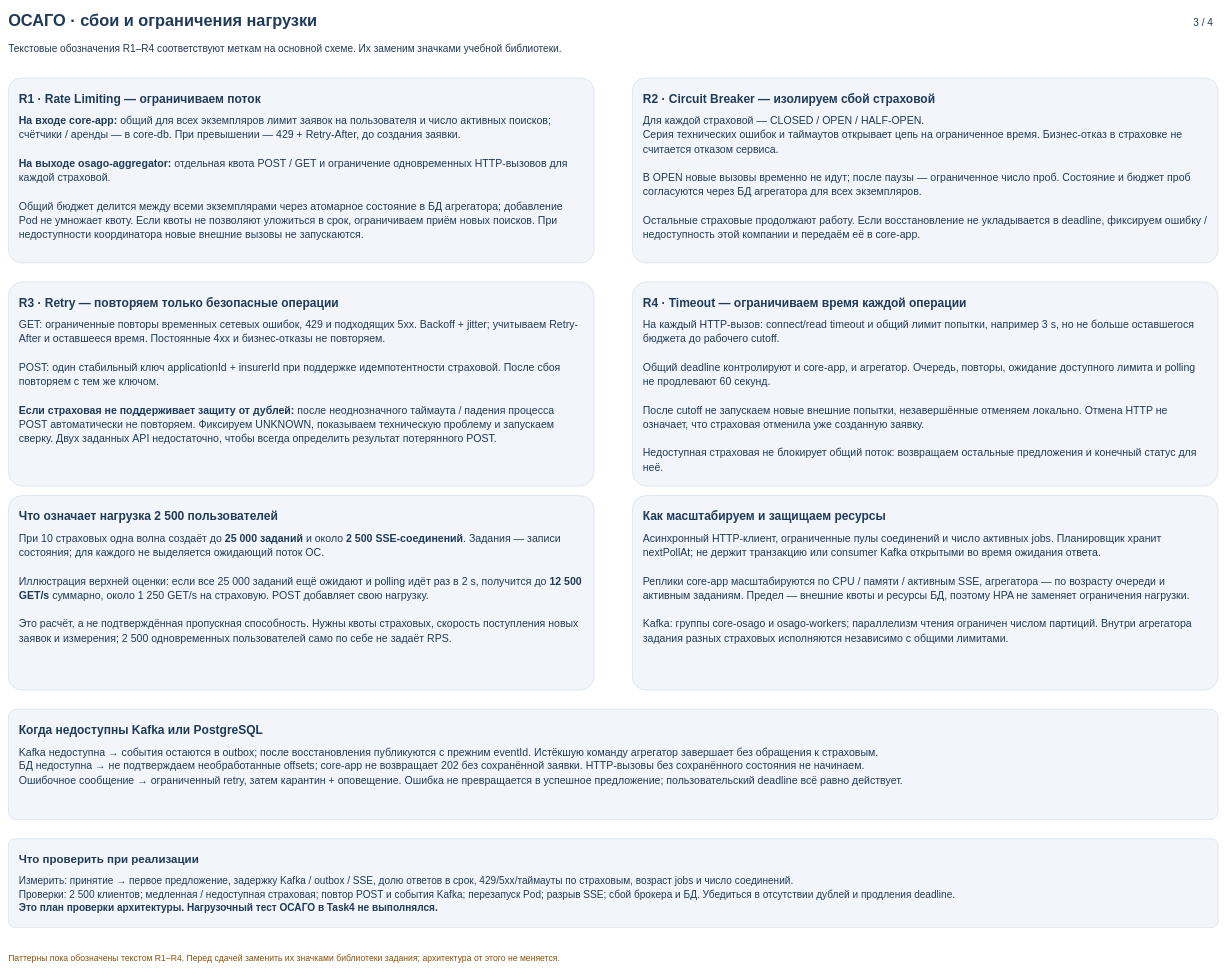
Before: page "3. Сбои и ограничения нагрузки" (3 of 4) of Task4/InsureTech_C4_OSAGO_to-be.drawio in metroshka/architecture-insuretech, a draw.io diagram. Source tidied: cells renumbered, new cells numbered last; positions are measured from the earlier drawing's top-left corner, leaving out a move shared by most shapes. Both pictures are drawn from the tidied source at 48%, with x=0, y=0 at pixel (8, 8).
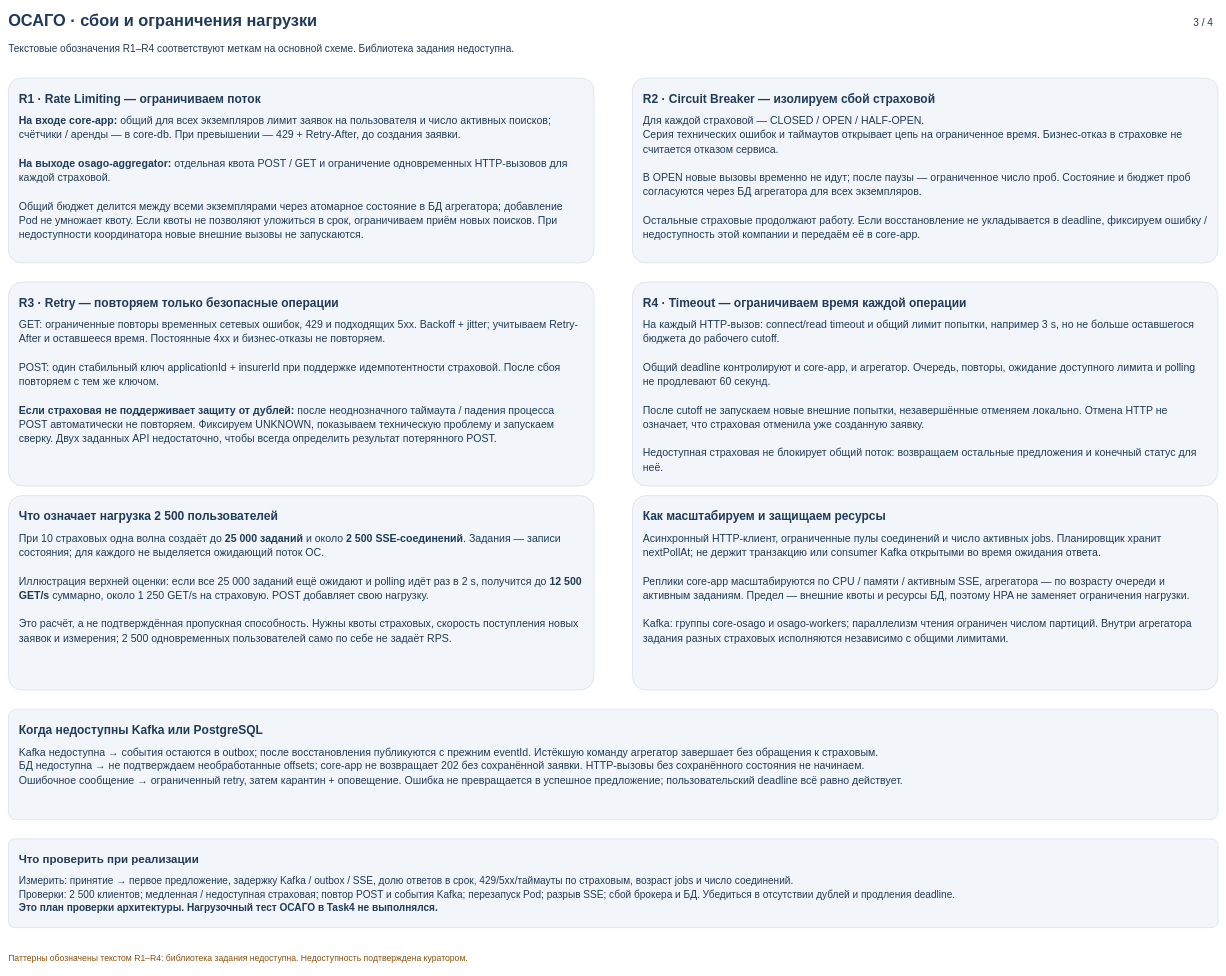
The same page after the edit.

Commit message (it also covers changes not shown here):
Task4: обновлено примечание о недоступности библиотеки

Change to the diagram source:
```diff
@@
 <mxGraphModel background="#FFFFFF">
   <root>
     <mxCell id="0" />
     <mxCell id="1" parent="0" />
     <mxCell id="2" value="ОСАГО · сбои и ограничения нагрузки" style="text;html=1;whiteSpace=wrap;overflow=hidden;align=left;verticalAlign=middle;fontFamily=Arial;fontSize=34;fontColor=#203A59;fontStyle=1;spacing=0;" parent="1" vertex="1">
       <mxGeometry width="2360" height="52" as="geometry" />
     </mxCell>
-    <mxCell id="3" value="Текстовые обозначения R1–R4 соответствуют меткам на основной схеме. Их заменим значками учебной библиотеки." style="text;html=1;whiteSpace=wrap;overflow=hidden;align=left;verticalAlign=middle;fontFamily=Arial;fontSize=21;fontColor=#203A59;fontStyle=0;spacing=0;" parent="1" vertex="1">
+    <mxCell id="3" value="Текстовые обозначения R1–R4 соответствуют меткам на основной схеме. Библиотека задания недоступна." style="text;html=1;whiteSpace=wrap;overflow=hidden;align=left;verticalAlign=middle;fontFamily=Arial;fontSize=21;fontColor=#203A59;fontStyle=0;spacing=0;" parent="1" vertex="1">
       <mxGeometry y="63" width="2500" height="40" as="geometry" />
     </mxCell>
     <mxCell id="4" value="3 / 4" style="text;html=1;whiteSpace=wrap;overflow=hidden;align=right;verticalAlign=middle;fontFamily=Arial;fontSize=21;fontColor=#203A59;fontStyle=0;spacing=0;" parent="1" vertex="1">
       <mxGeometry x="2390" y="11" width="120" height="35" as="geometry" />
     </mxCell>
     <mxCell id="5" value="&lt;div style=&quot;font-family:Arial;line-height:1.35&quot;&gt;&lt;div style=&quot;font-size:25px;font-weight:bold;margin-bottom:14px&quot;&gt;R1 · Rate Limiting — ограничиваем поток&lt;/div&gt;&lt;div style=&quot;font-size:22px&quot;&gt;&lt;b&gt;На входе core-app:&lt;/b&gt; общий для всех экземпляров лимит заявок на пользователя и число активных поисков; счётчики / аренды — в core-db. При превышении — 429 + Retry-After, до создания заявки.&lt;br&gt;&lt;br&gt;&lt;b&gt;На выходе osago-aggregator:&lt;/b&gt; отдельная квота POST / GET и ограничение одновременных HTTP-вызовов для каждой страховой.&lt;br&gt;&lt;br&gt;Общий бюджет делится между всеми экземплярами через атомарное состояние в БД агрегатора; добавление Pod не умножает квоту. Если квоты не позволяют уложиться в срок, ограничиваем приём новых поисков. При недоступности координатора новые внешние вызовы не запускаются.&lt;/div&gt;&lt;/div&gt;" style="rounded=1;arcSize=7;whiteSpace=wrap;html=1;overflow=hidden;fillColor=#F2F6FA;strokeColor=#C2D1E2;fontColor=#203A59;align=left;verticalAlign=top;spacing=22;" parent="1" vertex="1">
       <mxGeometry y="145" width="1220" height="385" as="geometry" />
     </mxCell>
     <mxCell id="6" value="&lt;div style=&quot;font-family:Arial;line-height:1.35&quot;&gt;&lt;div style=&quot;font-size:25px;font-weight:bold;margin-bottom:14px&quot;&gt;R2 · Circuit Breaker — изолируем сбой страховой&lt;/div&gt;&lt;div style=&quot;font-size:22px&quot;&gt;Для каждой страховой — CLOSED / OPEN / HALF-OPEN.&lt;br&gt;Серия технических ошибок и таймаутов открывает цепь на ограниченное время. Бизнес-отказ в страховке не считается отказом сервиса.&lt;br&gt;&lt;br&gt;В OPEN новые вызовы временно не идут; после паузы — ограниченное число проб. Состояние и бюджет проб согласуются через БД агрегатора для всех экземпляров.&lt;br&gt;&lt;br&gt;Остальные страховые продолжают работу. Если восстановление не укладывается в deadline, фиксируем ошибку / недоступность этой компании и передаём её в core-app.&lt;/div&gt;&lt;/div&gt;" style="rounded=1;arcSize=7;whiteSpace=wrap;html=1;overflow=hidden;fillColor=#F2F6FA;strokeColor=#C2D1E2;fontColor=#203A59;align=left;verticalAlign=top;spacing=22;" parent="1" vertex="1">
       <mxGeometry x="1300" y="145" width="1220" height="385" as="geometry" />
     </mxCell>
     <mxCell id="7" value="&lt;div style=&quot;font-family:Arial;line-height:1.35&quot;&gt;&lt;div style=&quot;font-size:25px;font-weight:bold;margin-bottom:14px&quot;&gt;R3 · Retry — повторяем только безопасные операции&lt;/div&gt;&lt;div style=&quot;font-size:22px&quot;&gt;GET: ограниченные повторы временных сетевых ошибок, 429 и подходящих 5xx. Backoff + jitter; учитываем Retry-After и оставшееся время. Постоянные 4xx и бизнес-отказы не повторяем.&lt;br&gt;&lt;br&gt;POST: один стабильный ключ applicationId + insurerId при поддержке идемпотентности страховой. После сбоя повторяем с тем же ключом.&lt;br&gt;&lt;br&gt;&lt;b&gt;Если страховая не поддерживает защиту от дублей:&lt;/b&gt; после неоднозначного таймаута / падения процесса POST автоматически не повторяем. Фиксируем UNKNOWN, показываем техническую проблему и запускаем сверку. Двух заданных API недостаточно, чтобы всегда определить результат потерянного POST.&lt;/div&gt;&lt;/div&gt;" style="rounded=1;arcSize=7;whiteSpace=wrap;html=1;overflow=hidden;fillColor=#F2F6FA;strokeColor=#C2D1E2;fontColor=#203A59;align=left;verticalAlign=top;spacing=22;" parent="1" vertex="1">
       <mxGeometry y="570" width="1220" height="425" as="geometry" />
     </mxCell>
     <mxCell id="8" value="&lt;div style=&quot;font-family:Arial;line-height:1.35&quot;&gt;&lt;div style=&quot;font-size:25px;font-weight:bold;margin-bottom:14px&quot;&gt;R4 · Timeout — ограничиваем время каждой операции&lt;/div&gt;&lt;div style=&quot;font-size:22px&quot;&gt;На каждый HTTP-вызов: connect/read timeout и общий лимит попытки, например 3 s, но не больше оставшегося бюджета до рабочего cutoff.&lt;br&gt;&lt;br&gt;Общий deadline контролируют и core-app, и агрегатор. Очередь, повторы, ожидание доступного лимита и polling не продлевают 60 секунд.&lt;br&gt;&lt;br&gt;После cutoff не запускаем новые внешние попытки, незавершённые отменяем локально. Отмена HTTP не означает, что страховая отменила уже созданную заявку.&lt;br&gt;&lt;br&gt;Недоступная страховая не блокирует общий поток: возвращаем остальные предложения и конечный статус для неё.&lt;/div&gt;&lt;/div&gt;" style="rounded=1;arcSize=7;whiteSpace=wrap;html=1;overflow=hidden;fillColor=#F2F6FA;strokeColor=#C2D1E2;fontColor=#203A59;align=left;verticalAlign=top;spacing=22;" parent="1" vertex="1">
       <mxGeometry x="1300" y="570" width="1220" height="425" as="geometry" />
     </mxCell>
     <mxCell id="9" value="&lt;div style=&quot;font-family:Arial;line-height:1.35&quot;&gt;&lt;div style=&quot;font-size:25px;font-weight:bold;margin-bottom:14px&quot;&gt;Что означает нагрузка 2 500 пользователей&lt;/div&gt;&lt;div style=&quot;font-size:22px&quot;&gt;При 10 страховых одна волна создаёт до &lt;b&gt;25 000 заданий&lt;/b&gt; и около &lt;b&gt;2 500 SSE-соединений&lt;/b&gt;. Задания — записи состояния; для каждого не выделяется ожидающий поток ОС.&lt;br&gt;&lt;br&gt;Иллюстрация верхней оценки: если все 25 000 заданий ещё ожидают и polling идёт раз в 2 s, получится до &lt;b&gt;12 500 GET/s&lt;/b&gt; суммарно, около 1 250 GET/s на страховую. POST добавляет свою нагрузку.&lt;br&gt;&lt;br&gt;Это расчёт, а не подтверждённая пропускная способность. Нужны квоты страховых, скорость поступления новых заявок и измерения; 2 500 одновременных пользователей само по себе не задаёт RPS.&lt;/div&gt;&lt;/div&gt;" style="rounded=1;arcSize=7;whiteSpace=wrap;html=1;overflow=hidden;fillColor=#F2F6FA;strokeColor=#C2D1E2;fontColor=#203A59;align=left;verticalAlign=top;spacing=22;" parent="1" vertex="1">
       <mxGeometry y="1015" width="1220" height="405" as="geometry" />
     </mxCell>
     <mxCell id="10" value="&lt;div style=&quot;font-family:Arial;line-height:1.35&quot;&gt;&lt;div style=&quot;font-size:25px;font-weight:bold;margin-bottom:14px&quot;&gt;Как масштабируем и защищаем ресурсы&lt;/div&gt;&lt;div style=&quot;font-size:22px&quot;&gt;Асинхронный HTTP-клиент, ограниченные пулы соединений и число активных jobs. Планировщик хранит nextPollAt; не держит транзакцию или consumer Kafka открытыми во время ожидания ответа.&lt;br&gt;&lt;br&gt;Реплики core-app масштабируются по CPU / памяти / активным SSE, агрегатора — по возрасту очереди и активным заданиям. Предел — внешние квоты и ресурсы БД, поэтому HPA не заменяет ограничения нагрузки.&lt;br&gt;&lt;br&gt;Kafka: группы core-osago и osago-workers; параллелизм чтения ограничен числом партиций. Внутри агрегатора задания разных страховых исполняются независимо с общими лимитами.&lt;/div&gt;&lt;/div&gt;" style="rounded=1;arcSize=7;whiteSpace=wrap;html=1;overflow=hidden;fillColor=#F2F6FA;strokeColor=#C2D1E2;fontColor=#203A59;align=left;verticalAlign=top;spacing=22;" parent="1" vertex="1">
       <mxGeometry x="1300" y="1015" width="1220" height="405" as="geometry" />
     </mxCell>
     <mxCell id="11" value="&lt;div style=&quot;font-family:Arial;line-height:1.35&quot;&gt;&lt;div style=&quot;font-size:25px;font-weight:bold;margin-bottom:14px&quot;&gt;Когда недоступны Kafka или PostgreSQL&lt;/div&gt;&lt;div style=&quot;font-size:22px&quot;&gt;Kafka недоступна → события остаются в outbox; после восстановления публикуются с прежним eventId. Истёкшую команду агрегатор завершает без обращения к страховым.&lt;br&gt;БД недоступна → не подтверждаем необработанные offsets; core-app не возвращает 202 без сохранённой заявки. HTTP-вызовы без сохранённого состояния не начинаем.&lt;br&gt;Ошибочное сообщение → ограниченный retry, затем карантин + оповещение. Ошибка не превращается в успешное предложение; пользовательский deadline всё равно действует.&lt;/div&gt;&lt;/div&gt;" style="rounded=1;arcSize=7;whiteSpace=wrap;html=1;overflow=hidden;fillColor=#F2F6FA;strokeColor=#C2D1E2;fontColor=#203A59;align=left;verticalAlign=top;spacing=22;" parent="1" vertex="1">
       <mxGeometry y="1460" width="2520" height="230" as="geometry" />
     </mxCell>
     <mxCell id="12" value="&lt;div style=&quot;font-family:Arial;line-height:1.35&quot;&gt;&lt;div style=&quot;font-size:24px;font-weight:bold;margin-bottom:14px&quot;&gt;Что проверить при реализации&lt;/div&gt;&lt;div style=&quot;font-size:21px&quot;&gt;Измерить: принятие → первое предложение, задержку Kafka / outbox / SSE, долю ответов в срок, 429/5xx/таймауты по страховым, возраст jobs и число соединений.&lt;br&gt;Проверки: 2 500 клиентов; медленная / недоступная страховая; повтор POST и события Kafka; перезапуск Pod; разрыв SSE; сбой брокера и БД. Убедиться в отсутствии дублей и продления deadline.&lt;br&gt;&lt;b&gt;Это план проверки архитектуры. Нагрузочный тест ОСАГО в Task4 не выполнялся.&lt;/b&gt;&lt;/div&gt;&lt;/div&gt;" style="rounded=1;arcSize=7;whiteSpace=wrap;html=1;overflow=hidden;fillColor=#F2F6FA;strokeColor=#C2D1E2;fontColor=#203A59;align=left;verticalAlign=top;spacing=22;" parent="1" vertex="1">
       <mxGeometry y="1730" width="2520" height="185" as="geometry" />
     </mxCell>
-    <mxCell id="13" value="Паттерны пока обозначены текстом R1–R4. Перед сдачей заменить их значками библиотеки задания; архитектура от этого не меняется." style="text;html=1;whiteSpace=wrap;overflow=hidden;align=left;verticalAlign=middle;fontFamily=Arial;fontSize=18;fontColor=#8A510D;fontStyle=0;spacing=0;" parent="1" vertex="1">
+    <mxCell id="13" value="Паттерны обозначены текстом R1–R4: библиотека задания недоступна. Недоступность подтверждена куратором." style="text;html=1;whiteSpace=wrap;overflow=hidden;align=left;verticalAlign=middle;fontFamily=Arial;fontSize=18;fontColor=#8A510D;fontStyle=0;spacing=0;" parent="1" vertex="1">
       <mxGeometry y="1960" width="2520" height="40" as="geometry" />
     </mxCell>
   </root>
 </mxGraphModel>
```
